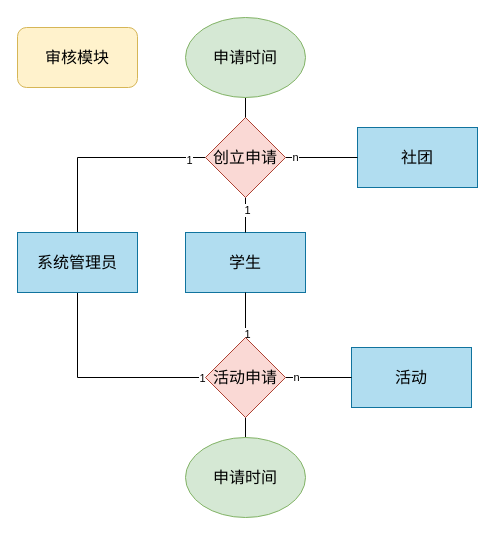
Above: page "审核模块" (2 of 4) of 系统设计报告/ER图与数据库设计/ER图-分页.drawio in cccvs/BUAA-DataBase (draw.io), before the change. Source tidied: cells renumbered, new cells numbered last; positions are measured from the earlier drawing's top-left corner, leaving out a move shared by most shapes. Both pictures are drawn from the tidied source at 100%, with x=0, y=0 at pixel (17, 17).
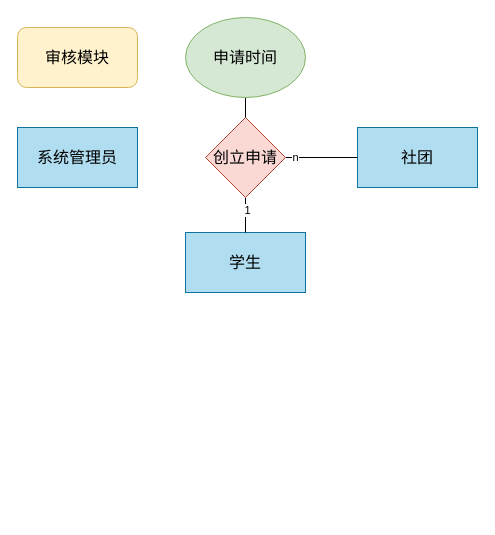
Above is the later version.

Unchanged cells that the change refers to:
```xml
<mxCell id="2" value="&lt;font style=&quot;font-size: 16px;&quot;&gt;学生&lt;/font&gt;" style="rounded=0;whiteSpace=wrap;html=1;fillColor=#b1ddf0;strokeColor=#10739e;" parent="1" vertex="1">
  <mxGeometry x="168" y="215" width="120" height="60" as="geometry" />
</mxCell>
<mxCell id="14" value="创立申请" style="rhombus;whiteSpace=wrap;html=1;fontSize=16;fillColor=#fad9d5;strokeColor=#ae4132;" parent="1" vertex="1">
  <mxGeometry x="188" y="100" width="80" height="80" as="geometry" />
</mxCell>
```

Change to the diagram source:
```diff
@@
-    <mxCell id="4" style="edgeStyle=orthogonalEdgeStyle;rounded=0;jettySize=auto;html=1;exitX=0.5;exitY=0;exitDx=0;exitDy=0;entryX=0;entryY=0.5;entryDx=0;entryDy=0;endArrow=none;endFill=0;" parent="1" edge="1" source="8" target="14">
-      <mxGeometry relative="1" as="geometry" />
-    </mxCell>
-    <mxCell id="5" value="1" style="edgeLabel;html=1;align=center;verticalAlign=middle;" parent="4" vertex="1">
-      <mxGeometry x="0.83" y="-2" relative="1" as="geometry" />
-    </mxCell>
-    <mxCell id="6" style="edgeStyle=orthogonalEdgeStyle;rounded=0;jettySize=auto;html=1;exitX=0.5;exitY=1;exitDx=0;exitDy=0;entryX=0;entryY=0.5;entryDx=0;entryDy=0;endArrow=none;endFill=0;" parent="1" edge="1" source="8" target="20">
-      <mxGeometry relative="1" as="geometry" />
-    </mxCell>
-    <mxCell id="7" value="1" style="edgeLabel;html=1;align=center;verticalAlign=middle;" parent="6" vertex="1">
-      <mxGeometry x="0.96" relative="1" as="geometry" />
-    </mxCell>
     <mxCell id="8" value="系统管理员" style="rounded=0;whiteSpace=wrap;html=1;fontSize=16;fillColor=#b1ddf0;strokeColor=#10739e;" parent="1" vertex="1">
-      <mxGeometry y="215" width="120" height="60" as="geometry" />
+      <mxGeometry y="110" width="120" height="60" as="geometry" />
     </mxCell>
-    <mxCell id="9" value="活动" style="rounded=0;whiteSpace=wrap;html=1;fontSize=16;fillColor=#b1ddf0;strokeColor=#10739e;" parent="1" vertex="1">
-      <mxGeometry x="334" y="330" width="120" height="60" as="geometry" />
-    </mxCell>
@@
-    <mxCell id="15" style="edgeStyle=orthogonalEdgeStyle;rounded=0;jettySize=auto;html=1;exitX=0.5;exitY=0;exitDx=0;exitDy=0;entryX=0.5;entryY=1;entryDx=0;entryDy=0;endArrow=none;endFill=0;" parent="1" edge="1" source="20" target="2">
-      <mxGeometry relative="1" as="geometry" />
-    </mxCell>
-    <mxCell id="16" value="1" style="edgeLabel;html=1;align=center;verticalAlign=middle;" parent="15" vertex="1">
-      <mxGeometry x="-0.81" y="-1" relative="1" as="geometry" />
-    </mxCell>
-    <mxCell id="17" style="edgeStyle=orthogonalEdgeStyle;rounded=0;jettySize=auto;html=1;exitX=1;exitY=0.5;exitDx=0;exitDy=0;entryX=0;entryY=0.5;entryDx=0;entryDy=0;endArrow=none;endFill=0;" parent="1" edge="1" source="20" target="9">
-      <mxGeometry relative="1" as="geometry" />
-    </mxCell>
-    <mxCell id="18" value="n" style="edgeLabel;html=1;align=center;verticalAlign=middle;" parent="17" vertex="1">
-      <mxGeometry x="-0.71" y="1" relative="1" as="geometry" />
-    </mxCell>
-    <mxCell id="19" style="edgeStyle=orthogonalEdgeStyle;rounded=0;jettySize=auto;html=1;exitX=0.5;exitY=1;exitDx=0;exitDy=0;entryX=0.5;entryY=0;entryDx=0;entryDy=0;fontSize=16;endArrow=none;endFill=0;" parent="1" edge="1" source="20" target="23">
-      <mxGeometry relative="1" as="geometry" />
-    </mxCell>
-    <mxCell id="20" value="活动申请" style="rhombus;whiteSpace=wrap;html=1;fontSize=16;fillColor=#fad9d5;strokeColor=#ae4132;" parent="1" vertex="1">
-      <mxGeometry x="188" y="320" width="80" height="80" as="geometry" />
-    </mxCell>
@@
-    <mxCell id="23" value="&lt;font style=&quot;font-size: 16px;&quot;&gt;申请时间&lt;/font&gt;" style="ellipse;whiteSpace=wrap;html=1;fillColor=#d5e8d4;strokeColor=#82b366;" parent="1" vertex="1">
-      <mxGeometry x="168" y="420" width="120" height="80" as="geometry" />
-    </mxCell>
```
